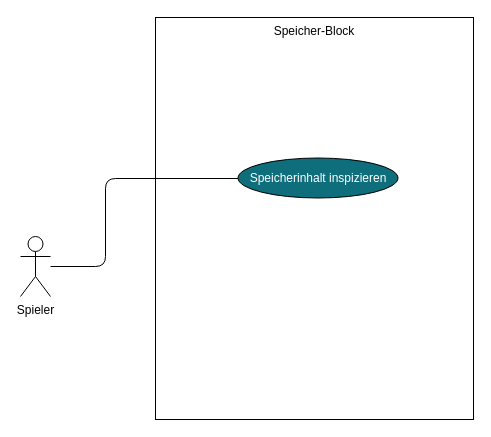
Before: Speicher-Blcok.drawio in LundiNord/RISCJ-Diagramms, a draw.io diagram. Source tidied: cells renumbered, new cells numbered last; positions are measured from the earlier drawing's top-left corner, leaving out a move shared by most shapes. Both pictures are drawn from the tidied source at 100%, with x=0, y=0 at pixel (20, 17).
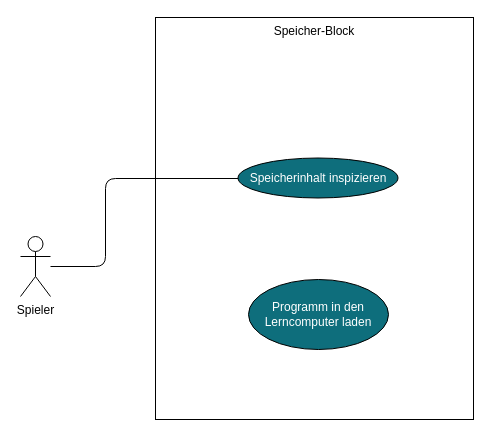
After the change.

The edit, as a diff of the source:
```diff
@@
 <mxGraphModel>
   <root>
     <mxCell id="0" />
     <mxCell id="1" parent="0" />
     <mxCell id="2" value="Speicher-Block" style="whiteSpace=wrap;html=1;fillColor=none;verticalAlign=top;" parent="1" vertex="1">
       <mxGeometry x="135" width="318" height="402" as="geometry" />
     </mxCell>
     <mxCell id="3" value="Spieler" style="shape=umlActor;verticalLabelPosition=bottom;labelBackgroundColor=#ffffff;verticalAlign=top;html=1;fillColor=none;" parent="1" vertex="1">
       <mxGeometry y="219" width="30" height="60" as="geometry" />
     </mxCell>
     <mxCell id="4" value="Speicherinhalt inspizieren" style="ellipse;whiteSpace=wrap;html=1;fillColor=#0e6e7c;fontColor=#FFFFFF;" parent="1" vertex="1">
       <mxGeometry x="217.5" y="140.5" width="160" height="40" as="geometry" />
     </mxCell>
     <mxCell id="5" style="edgeStyle=orthogonalEdgeStyle;jettySize=auto;html=1;endArrow=none;endFill=0;rounded=1;" parent="1" edge="1" source="3" target="4">
       <mxGeometry relative="1" as="geometry">
         <Array as="points">
           <mxPoint x="85" y="249" />
           <mxPoint x="85" y="161" />
         </Array>
       </mxGeometry>
     </mxCell>
+    <mxCell id="6" value="Programm in den Lerncomputer laden" style="ellipse;whiteSpace=wrap;html=1;fontColor=#FFFFFF;fillColor=#0E6E7C;" parent="1" vertex="1">
+      <mxGeometry x="228" y="262" width="140" height="70" as="geometry" />
+    </mxCell>
   </root>
 </mxGraphModel>
```
